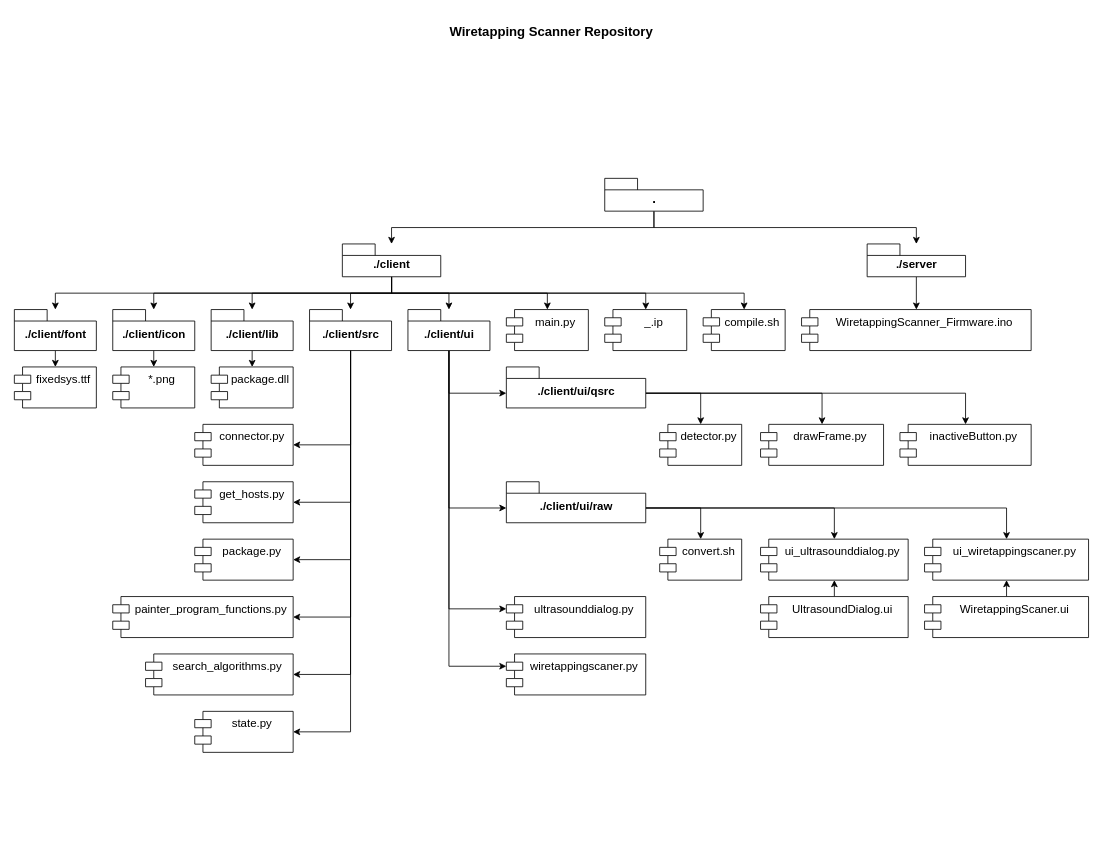
This is page "Wiretapping Scanner Repository" (2 of 7) of schemes/Wiretapping Scanner.drawio from Nakama3942/WiretappingScanner, a draw.io file, before an edit. Source tidied: cells renumbered, new cells numbered last; positions are measured from the earlier drawing's top-left corner, leaving out a move shared by most shapes. Both pictures are drawn from the tidied source at 82%, with x=0, y=0 at pixel (14, 14).
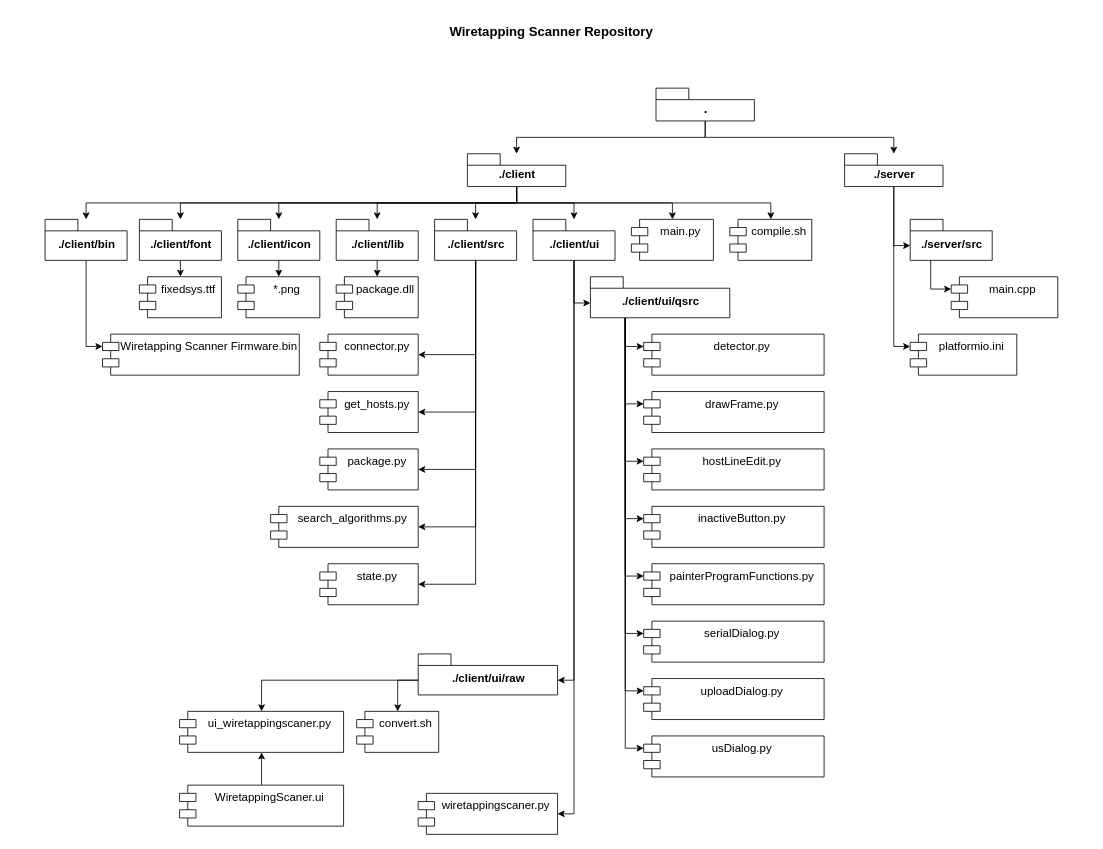
After the change.

Change to the diagram source:
```diff
@@
     <mxCell id="5" value="." style="shape=folder;fontStyle=1;spacingTop=10;tabWidth=40;tabHeight=14;tabPosition=left;html=1;fontSize=16;" parent="1" vertex="1">
-      <mxGeometry x="720" y="200" width="120" height="40" as="geometry" />
+      <mxGeometry x="782.5" y="90" width="120" height="40" as="geometry" />
     </mxCell>
@@
-    <mxCell id="11" style="edgeStyle=orthogonalEdgeStyle;rounded=0;jettySize=auto;html=1;exitX=0.5;exitY=1;exitDx=0;exitDy=0;exitPerimeter=0;entryX=0.5;entryY=0;entryDx=0;entryDy=0;fontSize=14;" parent="1" edge="1" source="14" target="64">
-      <mxGeometry relative="1" as="geometry" />
-    </mxCell>
@@
+    <mxCell id="68" style="edgeStyle=orthogonalEdgeStyle;rounded=0;jettySize=auto;html=1;exitX=0.5;exitY=1;exitDx=0;exitDy=0;exitPerimeter=0;" parent="1" edge="1" source="14" target="80">
+      <mxGeometry relative="1" as="geometry" />
+    </mxCell>
     <mxCell id="14" value="./client" style="shape=folder;fontStyle=1;spacingTop=10;tabWidth=40;tabHeight=14;tabPosition=left;html=1;fontSize=14;" parent="1" vertex="1">
-      <mxGeometry x="400" y="280" width="120" height="40" as="geometry" />
+      <mxGeometry x="552.5" y="170" width="120" height="40" as="geometry" />
     </mxCell>
+    <mxCell id="69" style="edgeStyle=orthogonalEdgeStyle;rounded=0;jettySize=auto;html=1;exitX=0.5;exitY=1;exitDx=0;exitDy=0;exitPerimeter=0;entryX=0;entryY=0;entryDx=0;entryDy=32;entryPerimeter=0;" parent="1" edge="1" source="16" target="82">
+      <mxGeometry relative="1" as="geometry" />
+    </mxCell>
-    <mxCell id="15" style="edgeStyle=orthogonalEdgeStyle;rounded=0;jettySize=auto;html=1;exitX=0.5;exitY=1;exitDx=0;exitDy=0;exitPerimeter=0;entryX=0.5;entryY=0;entryDx=0;entryDy=0;fontSize=14;" parent="1" edge="1" source="16" target="43">
+    <mxCell id="15" style="edgeStyle=orthogonalEdgeStyle;rounded=0;jettySize=auto;html=1;exitX=0.5;exitY=1;exitDx=0;exitDy=0;exitPerimeter=0;entryX=0;entryY=0;entryDx=0;entryDy=15;entryPerimeter=0;" parent="1" edge="1" source="16" target="43">
       <mxGeometry relative="1" as="geometry" />
     </mxCell>
     <mxCell id="16" value="./server" style="shape=folder;fontStyle=1;spacingTop=10;tabWidth=40;tabHeight=14;tabPosition=left;html=1;fontSize=14;" parent="1" vertex="1">
-      <mxGeometry x="1040" y="280" width="120" height="40" as="geometry" />
+      <mxGeometry x="1012.5" y="170" width="120" height="40" as="geometry" />
     </mxCell>
@@
     <mxCell id="18" value="./client/font" style="shape=folder;fontStyle=1;spacingTop=10;tabWidth=40;tabHeight=14;tabPosition=left;html=1;fontSize=14;" parent="1" vertex="1">
-      <mxGeometry y="360" width="100" height="50" as="geometry" />
+      <mxGeometry x="152.5" y="250" width="100" height="50" as="geometry" />
     </mxCell>
@@
     <mxCell id="20" value="./client/icon" style="shape=folder;fontStyle=1;spacingTop=10;tabWidth=40;tabHeight=14;tabPosition=left;html=1;fontSize=14;" parent="1" vertex="1">
-      <mxGeometry x="120" y="360" width="100" height="50" as="geometry" />
+      <mxGeometry x="272.5" y="250" width="100" height="50" as="geometry" />
     </mxCell>
@@
     <mxCell id="22" value="./client/lib" style="shape=folder;fontStyle=1;spacingTop=10;tabWidth=40;tabHeight=14;tabPosition=left;html=1;fontSize=14;" parent="1" vertex="1">
-      <mxGeometry x="240" y="360" width="100" height="50" as="geometry" />
+      <mxGeometry x="392.5" y="250" width="100" height="50" as="geometry" />
     </mxCell>
@@
-    <mxCell id="25" style="edgeStyle=orthogonalEdgeStyle;rounded=0;jettySize=auto;html=1;exitX=0.5;exitY=1;exitDx=0;exitDy=0;exitPerimeter=0;entryX=1;entryY=0.5;entryDx=0;entryDy=0;" parent="1" edge="1" source="29" target="50">
-      <mxGeometry relative="1" as="geometry" />
-    </mxCell>
@@
     <mxCell id="29" value="./client/src" style="shape=folder;fontStyle=1;spacingTop=10;tabWidth=40;tabHeight=14;tabPosition=left;html=1;fontSize=14;" parent="1" vertex="1">
-      <mxGeometry x="360" y="360" width="100" height="50" as="geometry" />
+      <mxGeometry x="512.5" y="250" width="100" height="50" as="geometry" />
     </mxCell>
@@
+    <mxCell id="33" style="edgeStyle=orthogonalEdgeStyle;rounded=0;jettySize=auto;html=1;exitX=0.5;exitY=1;exitDx=0;exitDy=0;exitPerimeter=0;entryX=1;entryY=0.5;entryDx=0;entryDy=0;" parent="1" edge="1" source="34" target="62">
+      <mxGeometry relative="1" as="geometry" />
+    </mxCell>
-    <mxCell id="31" style="edgeStyle=orthogonalEdgeStyle;rounded=0;jettySize=auto;html=1;exitX=0.5;exitY=1;exitDx=0;exitDy=0;exitPerimeter=0;entryX=0;entryY=0;entryDx=0;entryDy=32;entryPerimeter=0;" parent="1" edge="1" source="34" target="42">
+    <mxCell id="31" style="edgeStyle=orthogonalEdgeStyle;rounded=0;jettySize=auto;html=1;exitX=0.5;exitY=1;exitDx=0;exitDy=0;exitPerimeter=0;entryX=0;entryY=0;entryDx=170;entryDy=32;entryPerimeter=0;" parent="1" edge="1" source="34" target="42">
       <mxGeometry relative="1" as="geometry" />
     </mxCell>
-    <mxCell id="32" style="edgeStyle=orthogonalEdgeStyle;rounded=0;jettySize=auto;html=1;exitX=0.5;exitY=1;exitDx=0;exitDy=0;exitPerimeter=0;entryX=0;entryY=0;entryDx=0;entryDy=15;entryPerimeter=0;" parent="1" edge="1" source="34" target="61">
-      <mxGeometry relative="1" as="geometry" />
-    </mxCell>
-    <mxCell id="33" style="edgeStyle=orthogonalEdgeStyle;rounded=0;jettySize=auto;html=1;exitX=0.5;exitY=1;exitDx=0;exitDy=0;exitPerimeter=0;entryX=0;entryY=0;entryDx=0;entryDy=15;entryPerimeter=0;" parent="1" edge="1" source="34" target="62">
-      <mxGeometry relative="1" as="geometry" />
-    </mxCell>
     <mxCell id="34" value="./client/ui" style="shape=folder;fontStyle=1;spacingTop=10;tabWidth=40;tabHeight=14;tabPosition=left;html=1;fontSize=14;" parent="1" vertex="1">
-      <mxGeometry x="480" y="360" width="100" height="50" as="geometry" />
+      <mxGeometry x="632.5" y="250" width="100" height="50" as="geometry" />
     </mxCell>
+    <mxCell id="37" style="edgeStyle=orthogonalEdgeStyle;rounded=0;jettySize=auto;html=1;exitX=0.25;exitY=1;exitDx=0;exitDy=0;exitPerimeter=0;entryX=0;entryY=0;entryDx=0;entryDy=15;entryPerimeter=0;" parent="1" edge="1" source="38" target="53">
+      <mxGeometry relative="1" as="geometry" />
+    </mxCell>
+    <mxCell id="36" style="edgeStyle=orthogonalEdgeStyle;rounded=0;jettySize=auto;html=1;exitX=0.25;exitY=1;exitDx=0;exitDy=0;exitPerimeter=0;entryX=0;entryY=0;entryDx=0;entryDy=15;entryPerimeter=0;" parent="1" edge="1" source="38" target="54">
+      <mxGeometry relative="1" as="geometry" />
+    </mxCell>
+    <mxCell id="70" style="edgeStyle=orthogonalEdgeStyle;rounded=0;jettySize=auto;html=1;exitX=0.25;exitY=1;exitDx=0;exitDy=0;exitPerimeter=0;entryX=0;entryY=0;entryDx=0;entryDy=15;entryPerimeter=0;" parent="1" edge="1" source="38" target="76">
+      <mxGeometry relative="1" as="geometry" />
+    </mxCell>
-    <mxCell id="35" style="edgeStyle=orthogonalEdgeStyle;rounded=0;jettySize=auto;html=1;exitX=0;exitY=0;exitDx=170;exitDy=32;exitPerimeter=0;entryX=0.5;entryY=0;entryDx=0;entryDy=0;" parent="1" edge="1" source="38" target="55">
+    <mxCell id="35" style="edgeStyle=orthogonalEdgeStyle;rounded=0;jettySize=auto;html=1;exitX=0.25;exitY=1;exitDx=0;exitDy=0;exitPerimeter=0;entryX=0;entryY=0;entryDx=0;entryDy=15;entryPerimeter=0;" parent="1" edge="1" source="38" target="55">
       <mxGeometry relative="1" as="geometry" />
     </mxCell>
-    <mxCell id="36" style="edgeStyle=orthogonalEdgeStyle;rounded=0;jettySize=auto;html=1;exitX=0;exitY=0;exitDx=170;exitDy=32;exitPerimeter=0;entryX=0.5;entryY=0;entryDx=0;entryDy=0;" parent="1" edge="1" source="38" target="54">
-      <mxGeometry relative="1" as="geometry" />
-    </mxCell>
-    <mxCell id="37" style="edgeStyle=orthogonalEdgeStyle;rounded=0;jettySize=auto;html=1;exitX=0;exitY=0;exitDx=170;exitDy=32;exitPerimeter=0;entryX=0.5;entryY=0;entryDx=0;entryDy=0;" parent="1" edge="1" source="38" target="53">
-      <mxGeometry relative="1" as="geometry" />
-    </mxCell>
+    <mxCell id="71" style="edgeStyle=orthogonalEdgeStyle;rounded=0;jettySize=auto;html=1;exitX=0.25;exitY=1;exitDx=0;exitDy=0;exitPerimeter=0;entryX=0;entryY=0;entryDx=0;entryDy=15;entryPerimeter=0;" parent="1" edge="1" source="38" target="50">
+      <mxGeometry relative="1" as="geometry" />
+    </mxCell>
+    <mxCell id="72" style="edgeStyle=orthogonalEdgeStyle;rounded=0;jettySize=auto;html=1;exitX=0.25;exitY=1;exitDx=0;exitDy=0;exitPerimeter=0;entryX=0;entryY=0;entryDx=0;entryDy=15;entryPerimeter=0;" parent="1" edge="1" source="38" target="77">
+      <mxGeometry relative="1" as="geometry" />
+    </mxCell>
+    <mxCell id="73" style="edgeStyle=orthogonalEdgeStyle;rounded=0;jettySize=auto;html=1;exitX=0.25;exitY=1;exitDx=0;exitDy=0;exitPerimeter=0;entryX=0;entryY=0;entryDx=0;entryDy=15;entryPerimeter=0;" parent="1" edge="1" source="38" target="78">
+      <mxGeometry relative="1" as="geometry" />
+    </mxCell>
+    <mxCell id="74" style="edgeStyle=orthogonalEdgeStyle;rounded=0;jettySize=auto;html=1;exitX=0.25;exitY=1;exitDx=0;exitDy=0;exitPerimeter=0;entryX=0;entryY=0;entryDx=0;entryDy=15;entryPerimeter=0;" parent="1" edge="1" source="38" target="66">
+      <mxGeometry relative="1" as="geometry" />
+    </mxCell>
     <mxCell id="38" value="./client/ui/qsrc" style="shape=folder;fontStyle=1;spacingTop=10;tabWidth=40;tabHeight=14;tabPosition=left;html=1;fontSize=14;" parent="1" vertex="1">
-      <mxGeometry x="600" y="430" width="170" height="50" as="geometry" />
+      <mxGeometry x="702.5" y="320" width="170" height="50" as="geometry" />
     </mxCell>
-    <mxCell id="39" style="edgeStyle=orthogonalEdgeStyle;rounded=0;jettySize=auto;html=1;exitX=0;exitY=0;exitDx=170;exitDy=32;exitPerimeter=0;entryX=0.5;entryY=0;entryDx=0;entryDy=0;" parent="1" edge="1" source="42" target="56">
+    <mxCell id="39" style="edgeStyle=orthogonalEdgeStyle;rounded=0;jettySize=auto;html=1;exitX=0;exitY=0;exitDx=0;exitDy=32;exitPerimeter=0;entryX=0.5;entryY=0;entryDx=0;entryDy=0;" parent="1" edge="1" source="42" target="56">
       <mxGeometry relative="1" as="geometry" />
     </mxCell>
-    <mxCell id="40" style="edgeStyle=orthogonalEdgeStyle;rounded=0;jettySize=auto;html=1;exitX=0;exitY=0;exitDx=170;exitDy=32;exitPerimeter=0;entryX=0.5;entryY=0;entryDx=0;entryDy=0;" parent="1" edge="1" source="42" target="66">
-      <mxGeometry relative="1" as="geometry" />
-    </mxCell>
-    <mxCell id="41" style="edgeStyle=orthogonalEdgeStyle;rounded=0;jettySize=auto;html=1;exitX=0;exitY=0;exitDx=170;exitDy=32;exitPerimeter=0;entryX=0.5;entryY=0;entryDx=0;entryDy=0;" parent="1" edge="1" source="42" target="67">
+    <mxCell id="41" style="edgeStyle=orthogonalEdgeStyle;rounded=0;jettySize=auto;html=1;exitX=0;exitY=0;exitDx=0;exitDy=32;exitPerimeter=0;entryX=0.5;entryY=0;entryDx=0;entryDy=0;" parent="1" edge="1" source="42" target="67">
       <mxGeometry relative="1" as="geometry" />
     </mxCell>
     <mxCell id="42" value="./client/ui/raw" style="shape=folder;fontStyle=1;spacingTop=10;tabWidth=40;tabHeight=14;tabPosition=left;html=1;fontSize=14;" parent="1" vertex="1">
-      <mxGeometry x="600" y="570" width="170" height="50" as="geometry" />
+      <mxGeometry x="492.5" y="780" width="170" height="50" as="geometry" />
     </mxCell>
-    <mxCell id="43" value="WiretappingScanner_Firmware.ino" style="shape=module;align=left;spacingLeft=20;align=center;verticalAlign=top;fontSize=14;" parent="1" vertex="1">
-      <mxGeometry x="960" y="360" width="280" height="50" as="geometry" />
+    <mxCell id="43" value="platformio.ini" style="shape=module;align=left;spacingLeft=20;align=center;verticalAlign=top;fontSize=14;" parent="1" vertex="1">
+      <mxGeometry x="1092.5" y="390" width="130" height="50" as="geometry" />
     </mxCell>
     <mxCell id="44" value="fixedsys.ttf" style="shape=module;align=left;spacingLeft=20;align=center;verticalAlign=top;fontSize=14;" parent="1" vertex="1">
-      <mxGeometry y="430" width="100" height="50" as="geometry" />
+      <mxGeometry x="152.5" y="320" width="100" height="50" as="geometry" />
     </mxCell>
     <mxCell id="45" value="*.png" style="shape=module;align=left;spacingLeft=20;align=center;verticalAlign=top;fontSize=14;" parent="1" vertex="1">
-      <mxGeometry x="120" y="430" width="100" height="50" as="geometry" />
+      <mxGeometry x="272.5" y="320" width="100" height="50" as="geometry" />
     </mxCell>
     <mxCell id="46" value="package.dll" style="shape=module;align=left;spacingLeft=20;align=center;verticalAlign=top;fontSize=14;" parent="1" vertex="1">
-      <mxGeometry x="240" y="430" width="100" height="50" as="geometry" />
+      <mxGeometry x="392.5" y="320" width="100" height="50" as="geometry" />
     </mxCell>
     <mxCell id="47" value="connector.py" style="shape=module;align=left;spacingLeft=20;align=center;verticalAlign=top;fontSize=14;" parent="1" vertex="1">
-      <mxGeometry x="220" y="500" width="120" height="50" as="geometry" />
+      <mxGeometry x="372.5" y="390" width="120" height="50" as="geometry" />
     </mxCell>
     <mxCell id="48" value="get_hosts.py" style="shape=module;align=left;spacingLeft=20;align=center;verticalAlign=top;fontSize=14;" parent="1" vertex="1">
-      <mxGeometry x="220" y="570" width="120" height="50" as="geometry" />
+      <mxGeometry x="372.5" y="460" width="120" height="50" as="geometry" />
     </mxCell>
     <mxCell id="49" value="package.py" style="shape=module;align=left;spacingLeft=20;align=center;verticalAlign=top;fontSize=14;" parent="1" vertex="1">
-      <mxGeometry x="220" y="640" width="120" height="50" as="geometry" />
+      <mxGeometry x="372.5" y="530" width="120" height="50" as="geometry" />
     </mxCell>
-    <mxCell id="50" value="painter_program_functions.py" style="shape=module;align=left;spacingLeft=20;align=center;verticalAlign=top;fontSize=14;" parent="1" vertex="1">
-      <mxGeometry x="120" y="710" width="220" height="50" as="geometry" />
+    <mxCell id="50" value="painterProgramFunctions.py" style="shape=module;align=left;spacingLeft=20;align=center;verticalAlign=top;fontSize=14;" parent="1" vertex="1">
+      <mxGeometry x="767.5" y="670" width="220" height="50" as="geometry" />
     </mxCell>
     <mxCell id="51" value="search_algorithms.py" style="shape=module;align=left;spacingLeft=20;align=center;verticalAlign=top;fontSize=14;" parent="1" vertex="1">
-      <mxGeometry x="160" y="780" width="180" height="50" as="geometry" />
+      <mxGeometry x="312.5" y="600" width="180" height="50" as="geometry" />
     </mxCell>
     <mxCell id="52" value="state.py" style="shape=module;align=left;spacingLeft=20;align=center;verticalAlign=top;fontSize=14;" parent="1" vertex="1">
-      <mxGeometry x="220" y="850" width="120" height="50" as="geometry" />
+      <mxGeometry x="372.5" y="670" width="120" height="50" as="geometry" />
     </mxCell>
     <mxCell id="53" value="detector.py" style="shape=module;align=left;spacingLeft=20;align=center;verticalAlign=top;fontSize=14;" parent="1" vertex="1">
-      <mxGeometry x="787" y="500" width="100" height="50" as="geometry" />
+      <mxGeometry x="767.5" y="390" width="220" height="50" as="geometry" />
     </mxCell>
     <mxCell id="54" value="drawFrame.py" style="shape=module;align=left;spacingLeft=20;align=center;verticalAlign=top;fontSize=14;" parent="1" vertex="1">
-      <mxGeometry x="910" y="500" width="150" height="50" as="geometry" />
+      <mxGeometry x="767.5" y="460" width="220" height="50" as="geometry" />
     </mxCell>
     <mxCell id="55" value="inactiveButton.py" style="shape=module;align=left;spacingLeft=20;align=center;verticalAlign=top;fontSize=14;" parent="1" vertex="1">
-      <mxGeometry x="1080" y="500" width="160" height="50" as="geometry" />
+      <mxGeometry x="767.5" y="600" width="220" height="50" as="geometry" />
     </mxCell>
     <mxCell id="56" value="convert.sh" style="shape=module;align=left;spacingLeft=20;align=center;verticalAlign=top;fontSize=14;" parent="1" vertex="1">
-      <mxGeometry x="787" y="640" width="100" height="50" as="geometry" />
+      <mxGeometry x="417.5" y="850" width="100" height="50" as="geometry" />
     </mxCell>
-    <mxCell id="57" style="edgeStyle=orthogonalEdgeStyle;rounded=0;jettySize=auto;html=1;exitX=0.5;exitY=0;exitDx=0;exitDy=0;entryX=0.5;entryY=1;entryDx=0;entryDy=0;" parent="1" edge="1" source="58" target="66">
-      <mxGeometry relative="1" as="geometry" />
-    </mxCell>
-    <mxCell id="58" value="UltrasoundDialog.ui" style="shape=module;align=left;spacingLeft=20;align=center;verticalAlign=top;fontSize=14;" parent="1" vertex="1">
-      <mxGeometry x="910" y="710" width="180" height="50" as="geometry" />
-    </mxCell>
@@
     <mxCell id="60" value="WiretappingScaner.ui" style="shape=module;align=left;spacingLeft=20;align=center;verticalAlign=top;fontSize=14;" parent="1" vertex="1">
-      <mxGeometry x="1110" y="710" width="200" height="50" as="geometry" />
+      <mxGeometry x="201.5" y="940" width="200" height="50" as="geometry" />
     </mxCell>
-    <mxCell id="61" value="ultrasounddialog.py" style="shape=module;align=left;spacingLeft=20;align=center;verticalAlign=top;fontSize=14;" parent="1" vertex="1">
-      <mxGeometry x="600" y="710" width="170" height="50" as="geometry" />
-    </mxCell>
     <mxCell id="62" value="wiretappingscaner.py" style="shape=module;align=left;spacingLeft=20;align=center;verticalAlign=top;fontSize=14;" parent="1" vertex="1">
-      <mxGeometry x="600" y="780" width="170" height="50" as="geometry" />
+      <mxGeometry x="492.5" y="950" width="170" height="50" as="geometry" />
     </mxCell>
     <mxCell id="63" value="main.py" style="shape=module;align=left;spacingLeft=20;align=center;verticalAlign=top;fontSize=14;" parent="1" vertex="1">
-      <mxGeometry x="600" y="360" width="100" height="50" as="geometry" />
+      <mxGeometry x="752.5" y="250" width="100" height="50" as="geometry" />
     </mxCell>
-    <mxCell id="64" value="_.ip" style="shape=module;align=left;spacingLeft=20;align=center;verticalAlign=top;fontSize=14;" parent="1" vertex="1">
-      <mxGeometry x="720" y="360" width="100" height="50" as="geometry" />
-    </mxCell>
     <mxCell id="65" value="compile.sh" style="shape=module;align=left;spacingLeft=20;align=center;verticalAlign=top;fontSize=14;" parent="1" vertex="1">
-      <mxGeometry x="840" y="360" width="100" height="50" as="geometry" />
+      <mxGeometry x="872.5" y="250" width="100" height="50" as="geometry" />
     </mxCell>
-    <mxCell id="66" value="ui_ultrasounddialog.py" style="shape=module;align=left;spacingLeft=20;align=center;verticalAlign=top;fontSize=14;" parent="1" vertex="1">
-      <mxGeometry x="910" y="640" width="180" height="50" as="geometry" />
+    <mxCell id="66" value="usDialog.py" style="shape=module;align=left;spacingLeft=20;align=center;verticalAlign=top;fontSize=14;" parent="1" vertex="1">
+      <mxGeometry x="767.5" y="880" width="220" height="50" as="geometry" />
     </mxCell>
     <mxCell id="67" value="ui_wiretappingscaner.py" style="shape=module;align=left;spacingLeft=20;align=center;verticalAlign=top;fontSize=14;" parent="1" vertex="1">
-      <mxGeometry x="1110" y="640" width="200" height="50" as="geometry" />
+      <mxGeometry x="201.5" y="850" width="200" height="50" as="geometry" />
     </mxCell>
+    <mxCell id="75" value="Wiretapping Scanner Firmware.bin" style="shape=module;align=left;spacingLeft=20;align=center;verticalAlign=top;fontSize=14;" parent="1" vertex="1">
+      <mxGeometry x="107.5" y="390" width="240" height="50" as="geometry" />
+    </mxCell>
+    <mxCell id="76" value="hostLineEdit.py" style="shape=module;align=left;spacingLeft=20;align=center;verticalAlign=top;fontSize=14;" parent="1" vertex="1">
+      <mxGeometry x="767.5" y="530" width="220" height="50" as="geometry" />
+    </mxCell>
+    <mxCell id="77" value="serialDialog.py" style="shape=module;align=left;spacingLeft=20;align=center;verticalAlign=top;fontSize=14;" parent="1" vertex="1">
+      <mxGeometry x="767.5" y="740" width="220" height="50" as="geometry" />
+    </mxCell>
+    <mxCell id="78" value="uploadDialog.py" style="shape=module;align=left;spacingLeft=20;align=center;verticalAlign=top;fontSize=14;" parent="1" vertex="1">
+      <mxGeometry x="767.5" y="810" width="220" height="50" as="geometry" />
+    </mxCell>
+    <mxCell id="79" style="edgeStyle=orthogonalEdgeStyle;rounded=0;jettySize=auto;html=1;exitX=0.5;exitY=1;exitDx=0;exitDy=0;exitPerimeter=0;entryX=0;entryY=0;entryDx=0;entryDy=15;entryPerimeter=0;" parent="1" edge="1" source="80" target="75">
+      <mxGeometry relative="1" as="geometry" />
+    </mxCell>
+    <mxCell id="80" value="./client/bin" style="shape=folder;fontStyle=1;spacingTop=10;tabWidth=40;tabHeight=14;tabPosition=left;html=1;fontSize=14;" parent="1" vertex="1">
+      <mxGeometry x="37.5" y="250" width="100" height="50" as="geometry" />
+    </mxCell>
+    <mxCell id="81" style="edgeStyle=orthogonalEdgeStyle;rounded=0;jettySize=auto;html=1;exitX=0.25;exitY=1;exitDx=0;exitDy=0;exitPerimeter=0;entryX=0;entryY=0;entryDx=0;entryDy=15;entryPerimeter=0;" parent="1" edge="1" source="82" target="83">
+      <mxGeometry relative="1" as="geometry" />
+    </mxCell>
+    <mxCell id="82" value="./server/src" style="shape=folder;fontStyle=1;spacingTop=10;tabWidth=40;tabHeight=14;tabPosition=left;html=1;fontSize=14;" parent="1" vertex="1">
+      <mxGeometry x="1092.5" y="250" width="100" height="50" as="geometry" />
+    </mxCell>
+    <mxCell id="83" value="main.cpp" style="shape=module;align=left;spacingLeft=20;align=center;verticalAlign=top;fontSize=14;" parent="1" vertex="1">
+      <mxGeometry x="1142.5" y="320" width="130" height="50" as="geometry" />
+    </mxCell>
```
